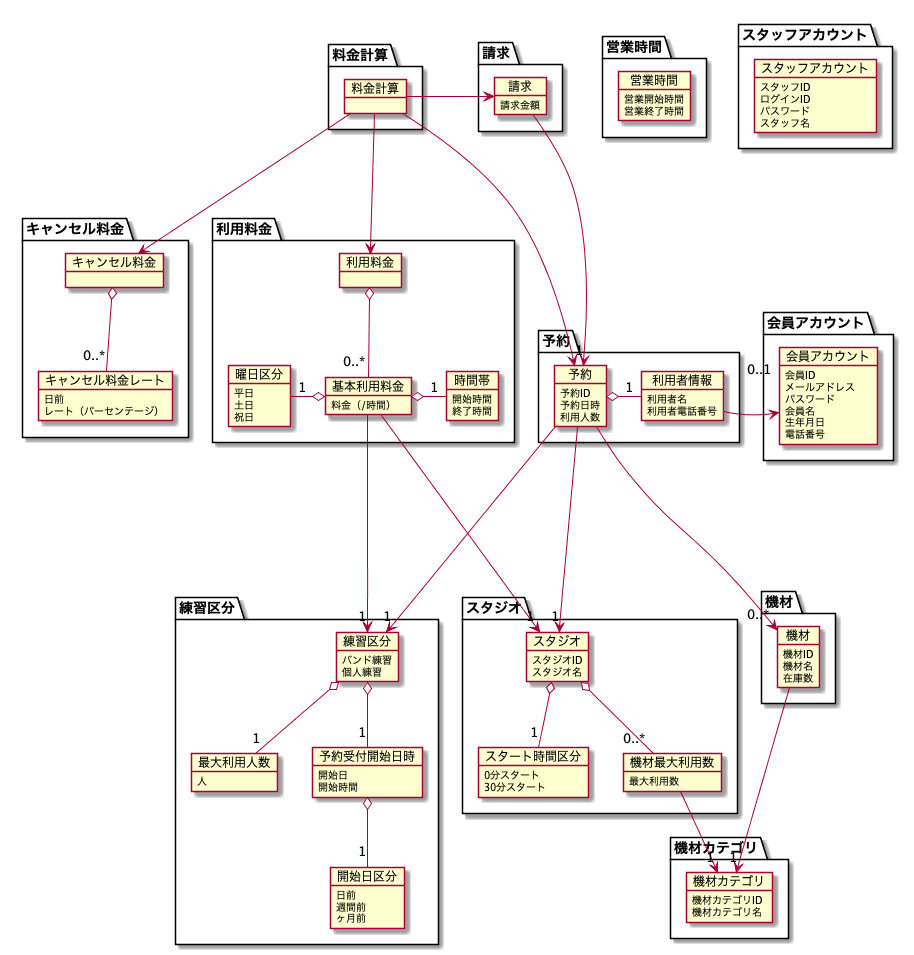
Above: modeling/07_DomainModel/DomainModel.png in TakashiOnawa/ddd-practice-studio-reservation (PlantUML), before the change. Source of this version:
```plantuml
@startuml DomainModel

package 予約 {
    object 予約 {
        予約ID
        予約日時
        利用人数
    }

    object 利用者情報 {
        利用者名
        利用者電話番号
    }
}

package 練習区分 {
    object 練習区分 {
        バンド練習
        個人練習
    }

    object 最大利用人数 {
        人
    }

    object 予約受付開始日時 {
        開始日
        開始時間
    }

    object 開始日区分 {
        日前
        週間前
        ヶ月前
    }
}

package スタジオ {
    object スタジオ {
        スタジオID
        スタジオ名
    }

    object スタート時間区分 {
        0分スタート
        30分スタート
    }

    object 機材最大利用数 {
        最大利用数
    }
}

package 機材 {
    object 機材 {
        機材ID
        機材名
        在庫数
    }
}

package 機材カテゴリ {
    object 機材カテゴリ {
        機材カテゴリID
        機材カテゴリ名
    }
}

package キャンセル料金 {
    object キャンセル料金 {
    }

    object キャンセル料金レート {
        日前
        レート（パーセンテージ）
    }
}

package 営業時間 {
    object 営業時間 {
        営業開始時間
        営業終了時間
    }
}

package 会員アカウント {
    object 会員アカウント {
        会員ID
        メールアドレス
        パスワード
        会員名
        生年月日
        電話番号
    }
}

package スタッフアカウント {
    object スタッフアカウント {
        スタッフID
        ログインID
        パスワード
        スタッフ名
    }
}

package 利用料金 {
    object 利用料金 {
    }

    object 基本利用料金 {
        料金（/時間）
    }

    object 曜日区分 {
        平日
        土日
        祝日
    }

    object 時間帯 {
        開始時間
        終了時間
    }
}

package 料金計算 {
    object 料金計算 {
    }
}

package 請求 {
    object 請求 {
        請求金額
    }
}

予約 ----> "1" スタジオ
予約 ----> "0..*" 機材
予約 ----> "1" 練習区分
予約 o- "1" 利用者情報
利用者情報 -> "0..1" 会員アカウント

スタジオ o-- "1" スタート時間区分
スタジオ o-- "0..*" 機材最大利用数

機材最大利用数 --> "1" 機材カテゴリ

機材 ---> "1" 機材カテゴリ

練習区分 o-- "1" 最大利用人数
練習区分 o-- "1" 予約受付開始日時
予約受付開始日時 o-- "1" 開始日区分

キャンセル料金 o-- "0..*" キャンセル料金レート

利用料金 o-- "0..*" 基本利用料金
基本利用料金 ----> "1" 練習区分
基本利用料金 ----> "1" スタジオ
基本利用料金 o-left- "1" 曜日区分
基本利用料金 o-right- "1" 時間帯

請求 ---> "1" 予約
料金計算 ---> 予約
料金計算 ---> 利用料金
料金計算 -left-> 請求
料金計算 ---> キャンセル料金

@enduml
```
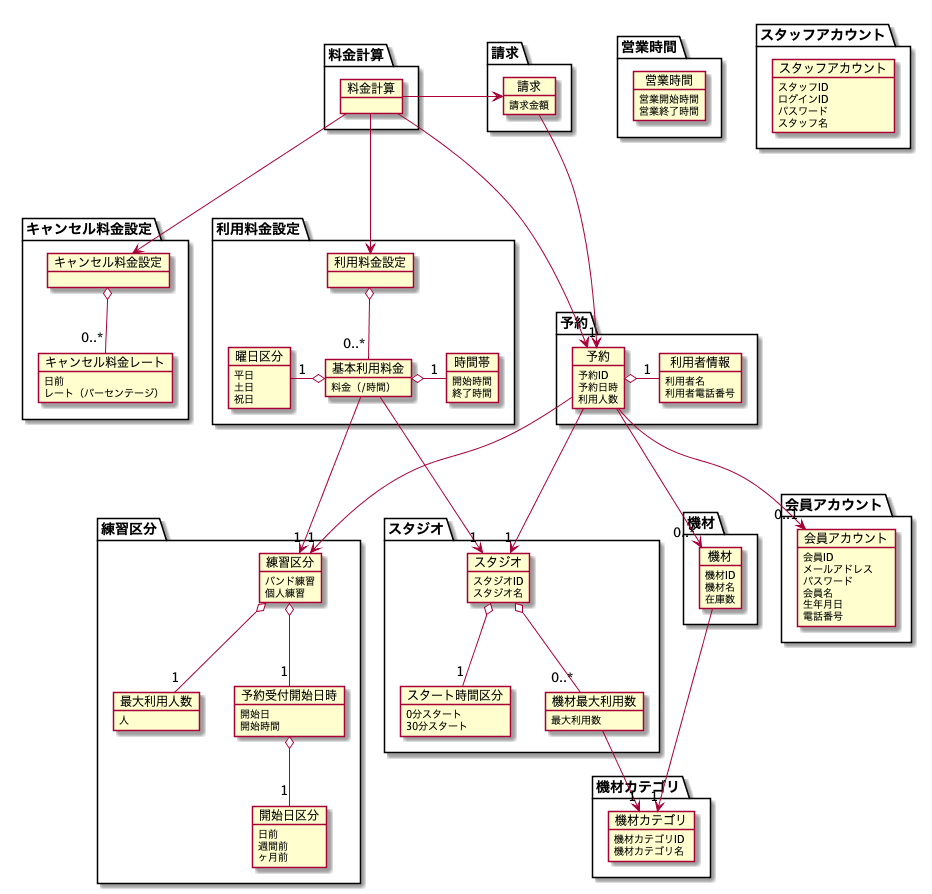
Above is the later version.

Diff of the diagram source:
```diff
@@ -66,8 +66,8 @@
     }
 }
 
-package キャンセル料金 {
-    object キャンセル料金 {
+package キャンセル料金設定 {
+    object キャンセル料金設定 {
     }
 
     object キャンセル料金レート {
@@ -103,8 +103,8 @@
     }
 }
 
-package 利用料金 {
-    object 利用料金 {
+package 利用料金設定 {
+    object 利用料金設定 {
     }
 
     object 基本利用料金 {
@@ -134,11 +134,11 @@
     }
 }
 
-予約 ----> "1" スタジオ
-予約 ----> "0..*" 機材
-予約 ----> "1" 練習区分
+予約 ---> "1" スタジオ
+予約 ---> "0..*" 機材
+予約 ---> "1" 練習区分
 予約 o- "1" 利用者情報
-利用者情報 -> "0..1" 会員アカウント
+予約 ---> "0..1" 会員アカウント
 
 スタジオ o-- "1" スタート時間区分
 スタジオ o-- "0..*" 機材最大利用数
@@ -151,18 +151,18 @@
 練習区分 o-- "1" 予約受付開始日時
 予約受付開始日時 o-- "1" 開始日区分
 
-キャンセル料金 o-- "0..*" キャンセル料金レート
+キャンセル料金設定 o-- "0..*" キャンセル料金レート
 
-利用料金 o-- "0..*" 基本利用料金
-基本利用料金 ----> "1" 練習区分
-基本利用料金 ----> "1" スタジオ
+利用料金設定 o-- "0..*" 基本利用料金
+基本利用料金 ---> "1" 練習区分
+基本利用料金 ---> "1" スタジオ
 基本利用料金 o-left- "1" 曜日区分
 基本利用料金 o-right- "1" 時間帯
 
 請求 ---> "1" 予約
 料金計算 ---> 予約
-料金計算 ---> 利用料金
+料金計算 ---> 利用料金設定
 料金計算 -left-> 請求
-料金計算 ---> キャンセル料金
+料金計算 ---> キャンセル料金設定
 
 @enduml
```
